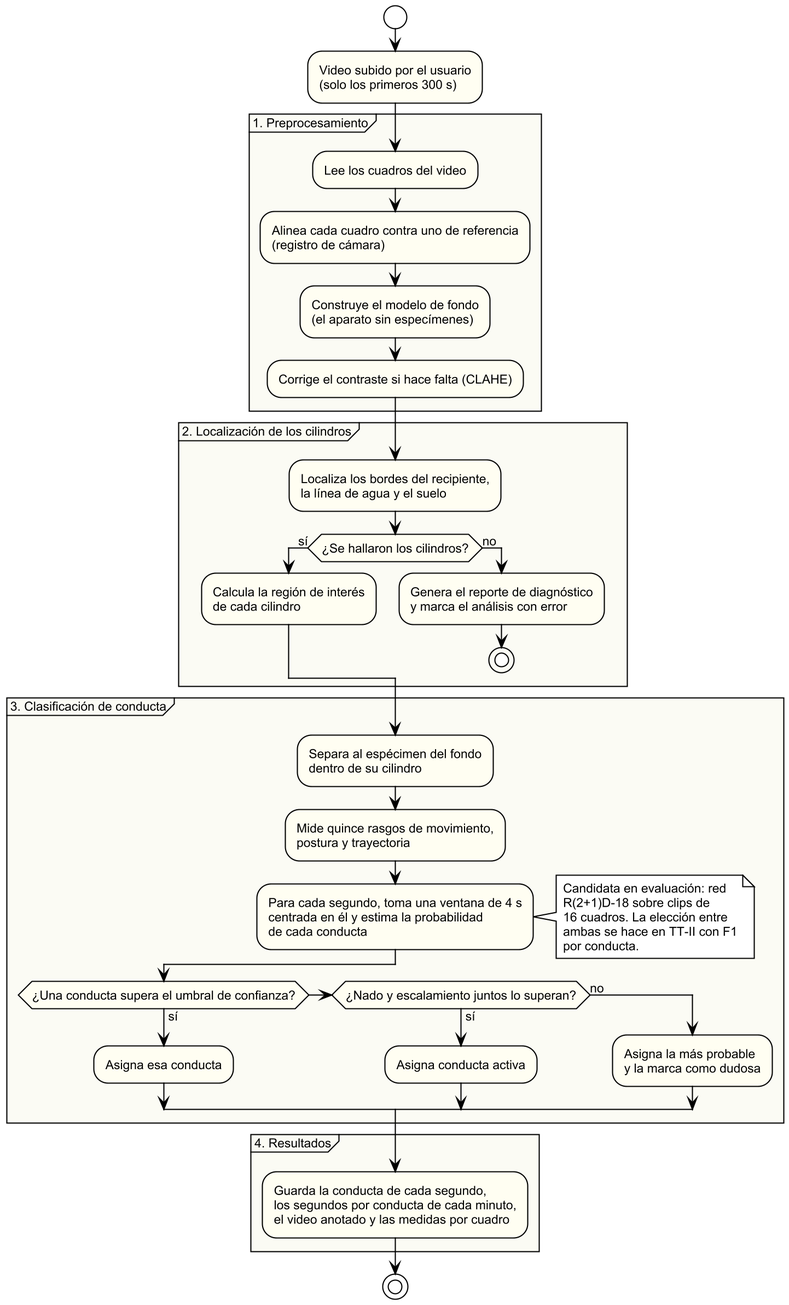
The PlantUML diagram figures/mermaid/pipeline.png in ErickJester/fst-ai-system-latex, before a commit. Source of this version:
```plantuml
@startuml pipeline

!theme plain
skinparam defaultFontName Arial
skinparam defaultFontSize 11
skinparam shadowing false
skinparam dpi 200
skinparam ActivityBackgroundColor #FFFEF2
skinparam PartitionBackgroundColor #FBFBF4

start
:Video subido por el usuario\n(solo los primeros 300 s);

partition "1. Preprocesamiento" {
  :Lee los cuadros del video;
  :Alinea cada cuadro contra uno de referencia\n(registro de cámara);
  :Construye el modelo de fondo\n(el aparato sin especímenes);
  :Corrige el contraste si hace falta (CLAHE);
}

partition "2. Localización de los cilindros" {
  :Localiza los bordes del recipiente,\nla línea de agua y el suelo;
  if (¿Se hallaron los cilindros?) then (sí)
    :Calcula la región de interés\nde cada cilindro;
  else (no)
    :Genera el reporte de diagnóstico\ny marca el análisis con error;
    stop
  endif
}

partition "3. Clasificación de conducta" {
  :Separa al espécimen del fondo\ndentro de su cilindro;
  :Mide quince rasgos de movimiento,\npostura y trayectoria;
  :Para cada segundo, toma una ventana de 4 s\ncentrada en él y estima la probabilidad\nde cada conducta;
  note right
    Candidata en evaluación: red
    R(2+1)D-18 sobre clips de
    16 cuadros. La elección entre
    ambas se hace en TT-II con F1
    por conducta.
  end note
  if (¿Una conducta supera el umbral de confianza?) then (sí)
    :Asigna esa conducta;
  elseif (¿Nado y escalamiento juntos lo superan?) then (sí)
    :Asigna conducta activa;
  else (no)
    :Asigna la más probable\ny la marca como dudosa;
  endif
}

partition "4. Resultados" {
  :Guarda la conducta de cada segundo,\nlos segundos por conducta de cada minuto,\nel video anotado y las medidas por cuadro;
}
stop

@enduml
```
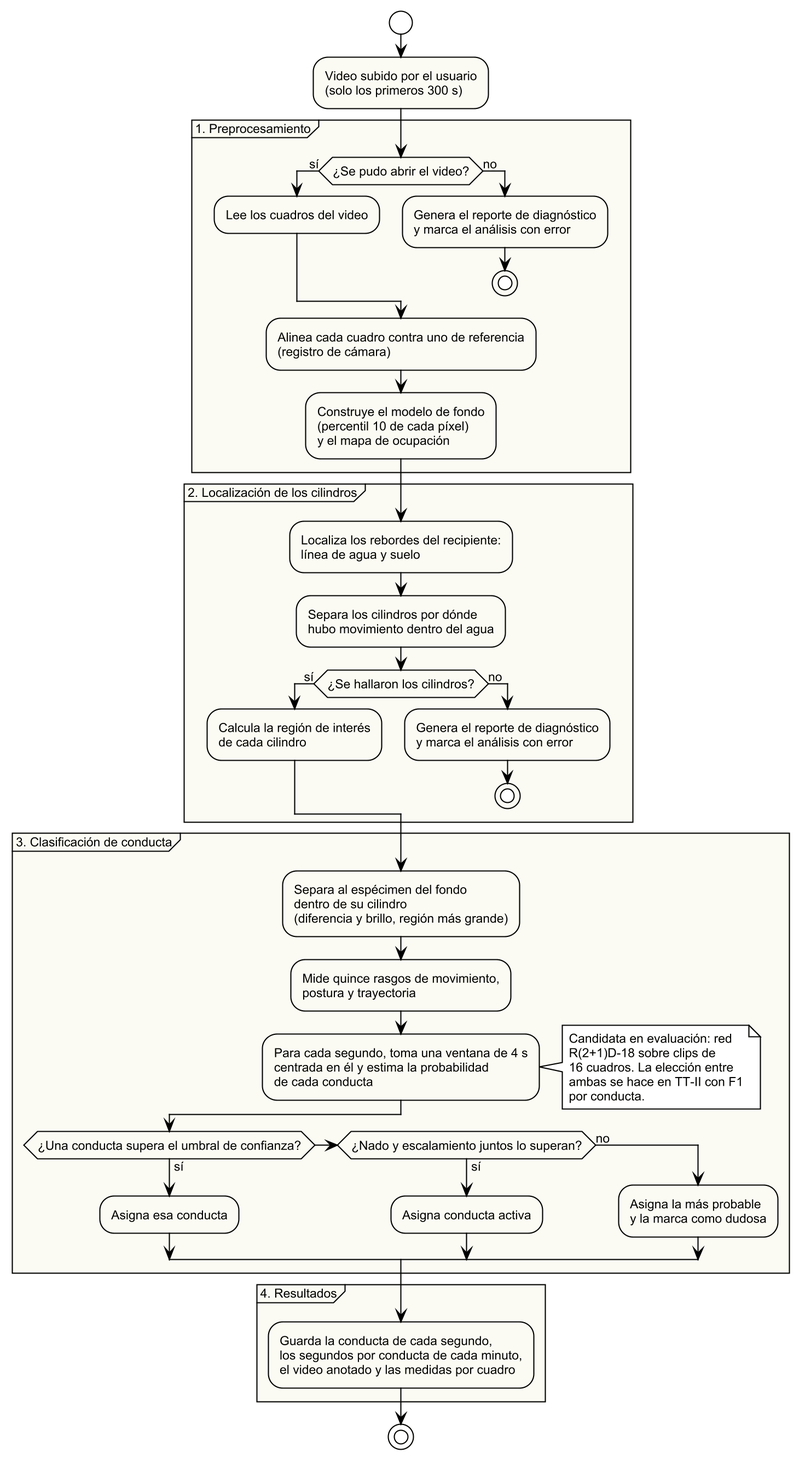
The same file after the commit.

Change to the diagram source:
```diff
@@ -12,14 +12,19 @@
 :Video subido por el usuario\n(solo los primeros 300 s);
 
 partition "1. Preprocesamiento" {
-  :Lee los cuadros del video;
+  if (¿Se pudo abrir el video?) then (sí)
+    :Lee los cuadros del video;
+  else (no)
+    :Genera el reporte de diagnóstico\ny marca el análisis con error;
+    stop
+  endif
   :Alinea cada cuadro contra uno de referencia\n(registro de cámara);
-  :Construye el modelo de fondo\n(el aparato sin especímenes);
-  :Corrige el contraste si hace falta (CLAHE);
+  :Construye el modelo de fondo\n(percentil 10 de cada píxel)\ny el mapa de ocupación;
 }
 
 partition "2. Localización de los cilindros" {
-  :Localiza los bordes del recipiente,\nla línea de agua y el suelo;
+  :Localiza los rebordes del recipiente:\nlínea de agua y suelo;
+  :Separa los cilindros por dónde\nhubo movimiento dentro del agua;
   if (¿Se hallaron los cilindros?) then (sí)
     :Calcula la región de interés\nde cada cilindro;
   else (no)
@@ -29,7 +34,7 @@
 }
 
 partition "3. Clasificación de conducta" {
-  :Separa al espécimen del fondo\ndentro de su cilindro;
+  :Separa al espécimen del fondo\ndentro de su cilindro\n(diferencia y brillo, región más grande);
   :Mide quince rasgos de movimiento,\npostura y trayectoria;
   :Para cada segundo, toma una ventana de 4 s\ncentrada en él y estima la probabilidad\nde cada conducta;
   note right
```
